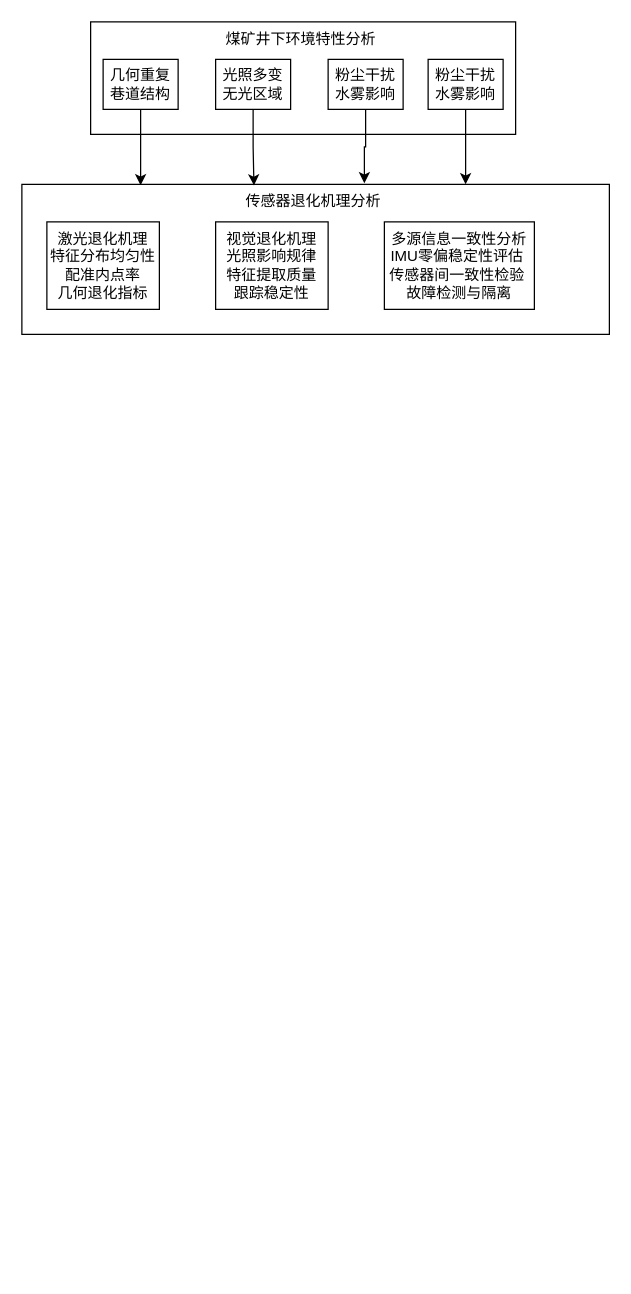
Earlier version of the draw.io diagram Untitled Diagram.drawio (rstallman/algs4). Source tidied: cells renumbered, new cells numbered last; positions are measured from the earlier drawing's top-left corner, leaving out a move shared by most shapes. Both pictures are drawn from the tidied source at 125%, with x=0, y=0 at pixel (21, 21).
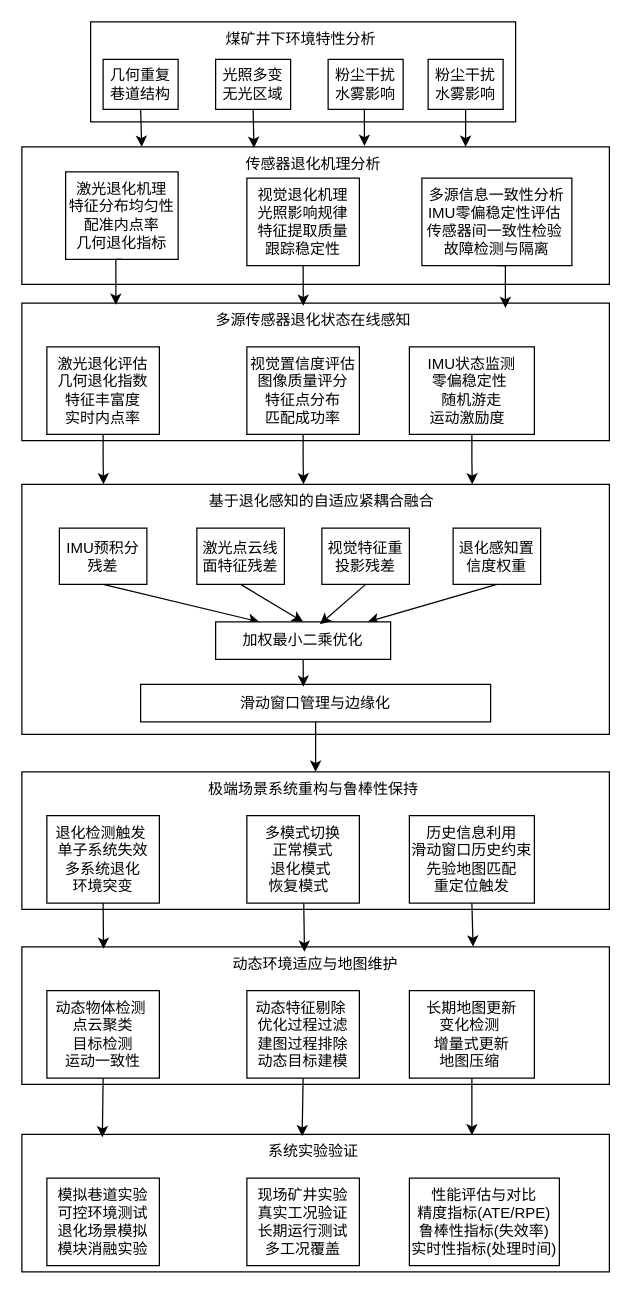
The same diagram, later.

Unchanged cells that the change refers to:
```xml
<mxCell id="4" value="几何重复巷道结构" style="rounded=0;whiteSpace=wrap;html=1;" parent="1" vertex="1">
  <mxGeometry x="65" y="30" width="60" height="40" as="geometry" />
</mxCell>
<mxCell id="8" value="粉尘干扰&lt;div&gt;水雾影响&lt;/div&gt;" style="rounded=0;whiteSpace=wrap;html=1;" parent="1" vertex="1">
  <mxGeometry x="325" y="30" width="60" height="40" as="geometry" />
</mxCell>
```

Change to the diagram source:
```diff
@@
     <mxCell id="2" value="煤矿井下环境特性分析&amp;nbsp;&lt;div&gt;&amp;nbsp;&lt;/div&gt;" style="rounded=0;whiteSpace=wrap;html=1;verticalAlign=top;" parent="1" vertex="1">
-      <mxGeometry x="55" width="340" height="90" as="geometry" />
+      <mxGeometry x="55" width="340" height="80" as="geometry" />
     </mxCell>
-    <mxCell id="3" style="edgeStyle=orthogonalEdgeStyle;rounded=0;jettySize=auto;html=1;exitX=0.5;exitY=1;exitDx=0;exitDy=0;" parent="1" edge="1" source="4">
-      <mxGeometry relative="1" as="geometry">
-        <mxPoint x="95" y="130.8" as="targetPoint" />
-      </mxGeometry>
+    <mxCell id="3" style="edgeStyle=orthogonalEdgeStyle;rounded=0;jettySize=auto;html=1;exitX=0.5;exitY=1;exitDx=0;exitDy=0;entryX=0.204;entryY=0;entryDx=0;entryDy=0;entryPerimeter=0;" parent="1" edge="1" source="4" target="9">
+      <mxGeometry relative="1" as="geometry" />
     </mxCell>
@@
     <mxCell id="9" value="传感器退化机理分析&amp;nbsp;&lt;div&gt;&amp;nbsp;&lt;/div&gt;" style="rounded=0;whiteSpace=wrap;html=1;verticalAlign=top;" parent="1" vertex="1">
-      <mxGeometry y="130" width="470" height="120" as="geometry" />
+      <mxGeometry y="100" width="470" height="110" as="geometry" />
     </mxCell>
     <mxCell id="10" value="激光退化机理&lt;div&gt;特征分布均匀性&lt;/div&gt;&lt;div&gt;配准内点率&lt;/div&gt;&lt;div&gt;几何退化指标&lt;/div&gt;" style="rounded=0;whiteSpace=wrap;html=1;" parent="1" vertex="1">
-      <mxGeometry x="20" y="160" width="90" height="70" as="geometry" />
+      <mxGeometry x="35" y="120" width="90" height="70" as="geometry" />
     </mxCell>
     <mxCell id="11" value="视觉退化机理&lt;div&gt;光照影响规律&lt;/div&gt;&lt;div&gt;特征提取质量&lt;/div&gt;&lt;div&gt;跟踪稳定性&lt;/div&gt;" style="rounded=0;whiteSpace=wrap;html=1;" parent="1" vertex="1">
-      <mxGeometry x="155" y="160" width="90" height="70" as="geometry" />
+      <mxGeometry x="180" y="125" width="90" height="70" as="geometry" />
     </mxCell>
     <mxCell id="12" value="多源信息一致性分析&lt;div&gt;IMU零偏稳定性评估&amp;nbsp;&lt;/div&gt;&lt;div&gt;传感器间一致性检验&amp;nbsp;&lt;/div&gt;&lt;div&gt;故障检测与隔离&lt;/div&gt;" style="rounded=0;whiteSpace=wrap;html=1;" parent="1" vertex="1">
-      <mxGeometry x="290" y="160" width="120" height="70" as="geometry" />
+      <mxGeometry x="320" y="125" width="120" height="70" as="geometry" />
     </mxCell>
@@
     <mxCell id="15" style="edgeStyle=orthogonalEdgeStyle;rounded=0;jettySize=auto;html=1;exitX=0.5;exitY=1;exitDx=0;exitDy=0;" parent="1" edge="1" source="8">
       <mxGeometry relative="1" as="geometry">
-        <mxPoint x="355" y="130" as="targetPoint" />
+        <mxPoint x="355" y="100" as="targetPoint" />
       </mxGeometry>
     </mxCell>
+    <mxCell id="16" value="多源传感器退化状态在线感知&amp;nbsp;" style="rounded=0;whiteSpace=wrap;html=1;verticalAlign=top;" parent="1" vertex="1">
+      <mxGeometry y="225" width="470" height="110" as="geometry" />
+    </mxCell>
+    <mxCell id="17" style="edgeStyle=orthogonalEdgeStyle;rounded=0;jettySize=auto;html=1;exitX=0.5;exitY=1;exitDx=0;exitDy=0;" parent="1" edge="1" source="18">
+      <mxGeometry relative="1" as="geometry">
+        <mxPoint x="65.3" y="370" as="targetPoint" />
+      </mxGeometry>
+    </mxCell>
+    <mxCell id="18" value="激光退化评估&lt;div&gt;几何退化指数&lt;/div&gt;&lt;div&gt;特征丰富度&lt;/div&gt;&lt;div&gt;实时内点率&lt;/div&gt;" style="rounded=0;whiteSpace=wrap;html=1;" parent="1" vertex="1">
+      <mxGeometry x="20" y="260" width="90" height="70" as="geometry" />
+    </mxCell>
+    <mxCell id="19" style="edgeStyle=orthogonalEdgeStyle;rounded=0;jettySize=auto;html=1;exitX=0.5;exitY=1;exitDx=0;exitDy=0;" parent="1" edge="1" source="20">
+      <mxGeometry relative="1" as="geometry">
+        <mxPoint x="225.3" y="370" as="targetPoint" />
+      </mxGeometry>
+    </mxCell>
+    <mxCell id="20" value="视觉置信度评估&lt;div&gt;图像质量评分&lt;/div&gt;&lt;div&gt;特征点分布&lt;/div&gt;&lt;div&gt;匹配成功率&lt;/div&gt;" style="rounded=0;whiteSpace=wrap;html=1;" parent="1" vertex="1">
+      <mxGeometry x="180" y="260" width="90" height="70" as="geometry" />
+    </mxCell>
+    <mxCell id="21" style="edgeStyle=orthogonalEdgeStyle;rounded=0;jettySize=auto;html=1;exitX=0.5;exitY=1;exitDx=0;exitDy=0;" parent="1" edge="1" source="22">
+      <mxGeometry relative="1" as="geometry">
+        <mxPoint x="360.3" y="370" as="targetPoint" />
+      </mxGeometry>
+    </mxCell>
+    <mxCell id="22" value="IMU状态监测&lt;div&gt;零偏稳定性&amp;nbsp;&lt;/div&gt;&lt;div&gt;随机游走&lt;/div&gt;&lt;div&gt;运动激励度&amp;nbsp;&amp;nbsp;&lt;/div&gt;" style="rounded=0;whiteSpace=wrap;html=1;" parent="1" vertex="1">
+      <mxGeometry x="310" y="260" width="100" height="70" as="geometry" />
+    </mxCell>
+    <mxCell id="23" style="edgeStyle=orthogonalEdgeStyle;rounded=0;jettySize=auto;html=1;exitX=0.5;exitY=1;exitDx=0;exitDy=0;entryX=0.16;entryY=0.012;entryDx=0;entryDy=0;entryPerimeter=0;" parent="1" edge="1" source="10" target="16">
+      <mxGeometry relative="1" as="geometry" />
+    </mxCell>
+    <mxCell id="24" style="edgeStyle=orthogonalEdgeStyle;rounded=0;jettySize=auto;html=1;exitX=0.5;exitY=1;exitDx=0;exitDy=0;entryX=0.479;entryY=0.02;entryDx=0;entryDy=0;entryPerimeter=0;" parent="1" edge="1" source="11" target="16">
+      <mxGeometry relative="1" as="geometry" />
+    </mxCell>
+    <mxCell id="25" style="edgeStyle=orthogonalEdgeStyle;rounded=0;jettySize=auto;html=1;exitX=0.5;exitY=1;exitDx=0;exitDy=0;entryX=0.823;entryY=0.035;entryDx=0;entryDy=0;entryPerimeter=0;" parent="1" edge="1" source="12" target="16">
+      <mxGeometry relative="1" as="geometry" />
+    </mxCell>
+    <mxCell id="26" value="&amp;nbsp; &amp;nbsp; &amp;nbsp;基于退化感知的自适应紧耦合融合&amp;nbsp;&amp;nbsp;" style="rounded=0;whiteSpace=wrap;html=1;verticalAlign=top;" parent="1" vertex="1">
+      <mxGeometry y="370" width="470" height="200" as="geometry" />
+    </mxCell>
+    <mxCell id="27" style="edgeStyle=none;rounded=0;jettySize=auto;html=1;exitX=0.5;exitY=1;exitDx=0;exitDy=0;entryX=0.25;entryY=0;entryDx=0;entryDy=0;" parent="1" edge="1" source="28" target="34">
+      <mxGeometry relative="1" as="geometry" />
+    </mxCell>
+    <mxCell id="28" value="IMU预积分残差" style="rounded=0;whiteSpace=wrap;html=1;" parent="1" vertex="1">
+      <mxGeometry x="30" y="405" width="70" height="45" as="geometry" />
+    </mxCell>
+    <mxCell id="29" style="edgeStyle=none;rounded=0;jettySize=auto;html=1;exitX=0.5;exitY=1;exitDx=0;exitDy=0;entryX=0.5;entryY=0;entryDx=0;entryDy=0;" parent="1" edge="1" source="30" target="34">
+      <mxGeometry relative="1" as="geometry" />
+    </mxCell>
+    <mxCell id="30" value="激光点云线面特征残差" style="rounded=0;whiteSpace=wrap;html=1;" parent="1" vertex="1">
+      <mxGeometry x="140" y="405" width="70" height="45" as="geometry" />
+    </mxCell>
+    <mxCell id="31" value="视觉特征重投影残差" style="rounded=0;whiteSpace=wrap;html=1;" parent="1" vertex="1">
+      <mxGeometry x="240" y="405" width="70" height="45" as="geometry" />
+    </mxCell>
+    <mxCell id="32" style="edgeStyle=none;rounded=0;jettySize=auto;html=1;exitX=0.5;exitY=1;exitDx=0;exitDy=0;" parent="1" edge="1" source="33" target="34">
+      <mxGeometry relative="1" as="geometry" />
+    </mxCell>
+    <mxCell id="33" value="退化感知置信度权重" style="rounded=0;whiteSpace=wrap;html=1;" parent="1" vertex="1">
+      <mxGeometry x="345" y="405" width="70" height="45" as="geometry" />
+    </mxCell>
+    <mxCell id="34" value="加权最小二乘优化" style="rounded=0;whiteSpace=wrap;html=1;" parent="1" vertex="1">
+      <mxGeometry x="155" y="480" width="140" height="30" as="geometry" />
+    </mxCell>
+    <mxCell id="35" style="edgeStyle=none;rounded=0;jettySize=auto;html=1;exitX=0.5;exitY=1;exitDx=0;exitDy=0;entryX=0.5;entryY=0;entryDx=0;entryDy=0;" parent="1" edge="1" source="36" target="39">
+      <mxGeometry relative="1" as="geometry" />
+    </mxCell>
+    <mxCell id="36" value="滑动窗口管理与边缘化" style="rounded=0;whiteSpace=wrap;html=1;" parent="1" vertex="1">
+      <mxGeometry x="95" y="530" width="280" height="30" as="geometry" />
+    </mxCell>
+    <mxCell id="37" style="edgeStyle=none;rounded=0;jettySize=auto;html=1;exitX=0.5;exitY=1;exitDx=0;exitDy=0;entryX=0.596;entryY=0.061;entryDx=0;entryDy=0;entryPerimeter=0;" parent="1" edge="1" source="31" target="34">
+      <mxGeometry relative="1" as="geometry" />
+    </mxCell>
+    <mxCell id="38" style="edgeStyle=none;rounded=0;jettySize=auto;html=1;exitX=0.5;exitY=1;exitDx=0;exitDy=0;entryX=0.465;entryY=0.061;entryDx=0;entryDy=0;entryPerimeter=0;" parent="1" edge="1" source="34" target="36">
+      <mxGeometry relative="1" as="geometry" />
+    </mxCell>
+    <mxCell id="39" value="极端场景系统重构与鲁棒性保持&amp;nbsp;" style="rounded=0;whiteSpace=wrap;html=1;verticalAlign=top;" parent="1" vertex="1">
+      <mxGeometry y="600" width="470" height="110" as="geometry" />
+    </mxCell>
+    <mxCell id="40" value="退化检测触发&amp;nbsp;&lt;div&gt;单子系统失效&lt;/div&gt;&lt;div&gt;多系统退化&lt;/div&gt;&lt;div&gt;环境突变&lt;/div&gt;" style="rounded=0;whiteSpace=wrap;html=1;" parent="1" vertex="1">
+      <mxGeometry x="20" y="635" width="90" height="70" as="geometry" />
+    </mxCell>
+    <mxCell id="41" value="多模式切换&lt;div&gt;正常模式&lt;/div&gt;&lt;div&gt;退化模式&amp;nbsp;&lt;/div&gt;&lt;div&gt;恢复模式&amp;nbsp;&amp;nbsp;&lt;/div&gt;" style="rounded=0;whiteSpace=wrap;html=1;" parent="1" vertex="1">
+      <mxGeometry x="180" y="635" width="90" height="70" as="geometry" />
+    </mxCell>
+    <mxCell id="42" value="历史信息利用&lt;div&gt;滑动窗口历史约束&lt;/div&gt;&lt;div&gt;先验地图匹配&lt;/div&gt;&lt;div&gt;重定位触发&lt;/div&gt;" style="rounded=0;whiteSpace=wrap;html=1;" parent="1" vertex="1">
+      <mxGeometry x="310" y="635" width="100" height="70" as="geometry" />
+    </mxCell>
+    <mxCell id="43" value="动态环境适应与地图维护" style="rounded=0;whiteSpace=wrap;html=1;verticalAlign=top;" parent="1" vertex="1">
+      <mxGeometry y="740" width="470" height="110" as="geometry" />
+    </mxCell>
+    <mxCell id="44" value="动态物体检测&amp;nbsp;&lt;div&gt;点云聚类&lt;/div&gt;&lt;div&gt;目标检测&lt;/div&gt;&lt;div&gt;运动一致性&lt;/div&gt;" style="rounded=0;whiteSpace=wrap;html=1;" parent="1" vertex="1">
+      <mxGeometry x="20" y="775" width="90" height="70" as="geometry" />
+    </mxCell>
+    <mxCell id="45" value="动态特征剔除&amp;nbsp;&lt;div&gt;优化过程过滤&lt;/div&gt;&lt;div&gt;建图过程排除&lt;/div&gt;&lt;div&gt;动态目标建模&lt;/div&gt;" style="rounded=0;whiteSpace=wrap;html=1;" parent="1" vertex="1">
+      <mxGeometry x="180" y="775" width="90" height="70" as="geometry" />
+    </mxCell>
+    <mxCell id="46" value="长期地图更新&lt;div&gt;变化检测&amp;nbsp;&lt;/div&gt;&lt;div&gt;增量式更新&lt;/div&gt;&lt;div&gt;地图压缩&amp;nbsp;&lt;/div&gt;" style="rounded=0;whiteSpace=wrap;html=1;" parent="1" vertex="1">
+      <mxGeometry x="310" y="775" width="100" height="70" as="geometry" />
+    </mxCell>
+    <mxCell id="47" value="系统实验验证&amp;nbsp;" style="rounded=0;whiteSpace=wrap;html=1;verticalAlign=top;" parent="1" vertex="1">
+      <mxGeometry y="890" width="470" height="110" as="geometry" />
+    </mxCell>
+    <mxCell id="48" value="模拟巷道实验&lt;div&gt;可控环境测试&lt;/div&gt;&lt;div&gt;退化场景模拟&lt;/div&gt;&lt;div&gt;模块消融实验&lt;/div&gt;" style="rounded=0;whiteSpace=wrap;html=1;" parent="1" vertex="1">
+      <mxGeometry x="20" y="925" width="90" height="70" as="geometry" />
+    </mxCell>
+    <mxCell id="49" value="现场矿井实验&lt;div&gt;真实工况验证&lt;/div&gt;&lt;div&gt;长期运行测试&lt;/div&gt;&lt;div&gt;多工况覆盖&lt;/div&gt;" style="rounded=0;whiteSpace=wrap;html=1;" parent="1" vertex="1">
+      <mxGeometry x="180" y="925" width="90" height="70" as="geometry" />
+    </mxCell>
+    <mxCell id="50" value="性能评估与对比&lt;div&gt;精度指标(ATE/RPE)&lt;/div&gt;&lt;div&gt;鲁棒性指标(失效率)&lt;/div&gt;&lt;div&gt;实时性指标(处理时间)&lt;/div&gt;" style="rounded=0;whiteSpace=wrap;html=1;" parent="1" vertex="1">
+      <mxGeometry x="310" y="925" width="120" height="70" as="geometry" />
+    </mxCell>
+    <mxCell id="51" style="edgeStyle=none;rounded=0;jettySize=auto;html=1;entryX=0.481;entryY=0.036;entryDx=0;entryDy=0;entryPerimeter=0;" parent="1" edge="1" source="41" target="43">
+      <mxGeometry relative="1" as="geometry" />
+    </mxCell>
+    <mxCell id="52" style="edgeStyle=none;rounded=0;jettySize=auto;html=1;exitX=0.5;exitY=1;exitDx=0;exitDy=0;entryX=0.139;entryY=0.014;entryDx=0;entryDy=0;entryPerimeter=0;" parent="1" edge="1" source="40" target="43">
+      <mxGeometry relative="1" as="geometry" />
+    </mxCell>
+    <mxCell id="53" style="edgeStyle=none;rounded=0;jettySize=auto;html=1;exitX=0.5;exitY=1;exitDx=0;exitDy=0;entryX=0.768;entryY=-0.002;entryDx=0;entryDy=0;entryPerimeter=0;" parent="1" edge="1" source="42" target="43">
+      <mxGeometry relative="1" as="geometry" />
+    </mxCell>
+    <mxCell id="54" style="edgeStyle=none;rounded=0;jettySize=auto;html=1;exitX=0.5;exitY=1;exitDx=0;exitDy=0;entryX=0.137;entryY=0.021;entryDx=0;entryDy=0;entryPerimeter=0;" parent="1" edge="1" source="44" target="47">
+      <mxGeometry relative="1" as="geometry" />
+    </mxCell>
+    <mxCell id="55" style="edgeStyle=none;rounded=0;jettySize=auto;html=1;exitX=0.5;exitY=1;exitDx=0;exitDy=0;entryX=0.477;entryY=0.014;entryDx=0;entryDy=0;entryPerimeter=0;" parent="1" edge="1" source="45" target="47">
+      <mxGeometry relative="1" as="geometry" />
+    </mxCell>
+    <mxCell id="56" style="edgeStyle=none;rounded=0;jettySize=auto;html=1;exitX=0.5;exitY=1;exitDx=0;exitDy=0;entryX=0.766;entryY=0.006;entryDx=0;entryDy=0;entryPerimeter=0;" parent="1" edge="1" source="46" target="47">
+      <mxGeometry relative="1" as="geometry" />
+    </mxCell>
```
